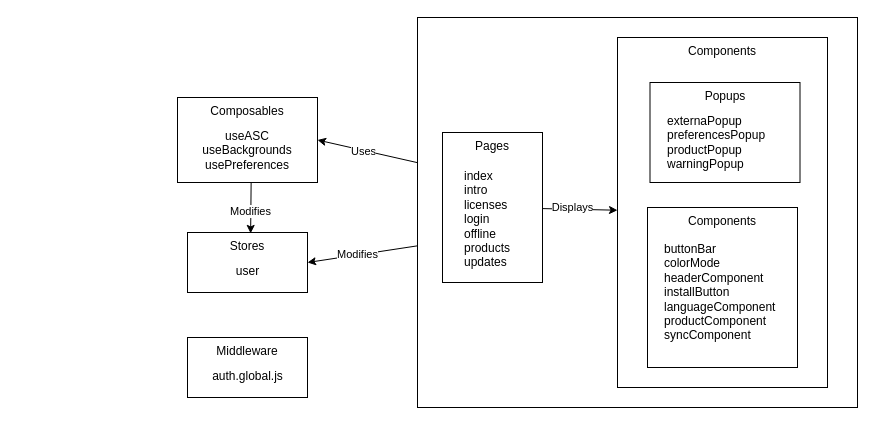
This is drawio/ascnuxt.drawio from ThomasColin1/rapport_pfe, a draw.io file, before an edit. Source tidied: cells renumbered, new cells numbered last; positions are measured from the earlier drawing's top-left corner, leaving out a move shared by most shapes. Both pictures are drawn from the tidied source at 100%, with x=0, y=0 at pixel (177, 17).
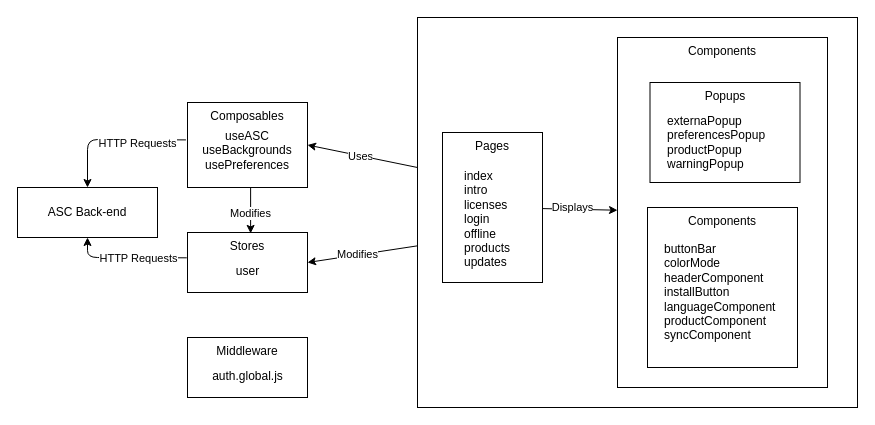
The same page after the edit.

The change refers to these unchanged cells:
```xml
<mxCell id="9" value="Stores&lt;br&gt;" style="whiteSpace=wrap;html=1;verticalAlign=top;" parent="1" vertex="1">
  <mxGeometry x="10" y="215" width="120" height="60" as="geometry" />
</mxCell>
<mxCell id="18" value="useASC&lt;br&gt;useBackgrounds&lt;br&gt;usePreferences" style="text;strokeColor=none;align=center;fillColor=none;html=1;verticalAlign=top;whiteSpace=wrap;rounded=0;" parent="1" vertex="1">
  <mxGeometry x="10" y="105" width="120" height="50" as="geometry" />
</mxCell>
```

What changed in the source:
```diff
@@
+    <mxCell id="24" style="edgeStyle=none;html=1;entryX=0.5;entryY=0;entryDx=0;entryDy=0;exitX=-0.013;exitY=0.348;exitDx=0;exitDy=0;exitPerimeter=0;" parent="1" edge="1" source="18" target="27">
+      <mxGeometry relative="1" as="geometry">
+        <Array as="points">
+          <mxPoint x="-90" y="122" />
+        </Array>
+      </mxGeometry>
+    </mxCell>
+    <mxCell id="25" value="HTTP Requests" style="edgeLabel;html=1;align=center;verticalAlign=middle;" parent="24" vertex="1">
+      <mxGeometry x="0.15" relative="1" as="geometry">
+        <mxPoint x="35" y="3" as="offset" />
+      </mxGeometry>
+    </mxCell>
     <mxCell id="6" value="Composables" style="whiteSpace=wrap;html=1;verticalAlign=top;" parent="1" vertex="1">
-      <mxGeometry y="80" width="140" height="85" as="geometry" />
+      <mxGeometry x="10" y="85" width="120" height="85" as="geometry" />
     </mxCell>
@@
+    <mxCell id="26" style="edgeStyle=none;html=1;entryX=0.5;entryY=1;entryDx=0;entryDy=0;exitX=-0.006;exitY=0.422;exitDx=0;exitDy=0;exitPerimeter=0;" parent="1" edge="1" source="9" target="27">
+      <mxGeometry relative="1" as="geometry">
+        <Array as="points">
+          <mxPoint x="-90" y="240" />
+        </Array>
+      </mxGeometry>
+    </mxCell>
@@
+    <mxCell id="27" value="ASC Back-end" style="whiteSpace=wrap;html=1;" parent="1" vertex="1">
+      <mxGeometry x="-160" y="170" width="140" height="50" as="geometry" />
+    </mxCell>
+    <mxCell id="28" value="HTTP Requests" style="edgeLabel;html=1;align=center;verticalAlign=middle;" parent="1" vertex="1">
+      <mxGeometry x="-40" y="240" as="geometry" />
+    </mxCell>
```
